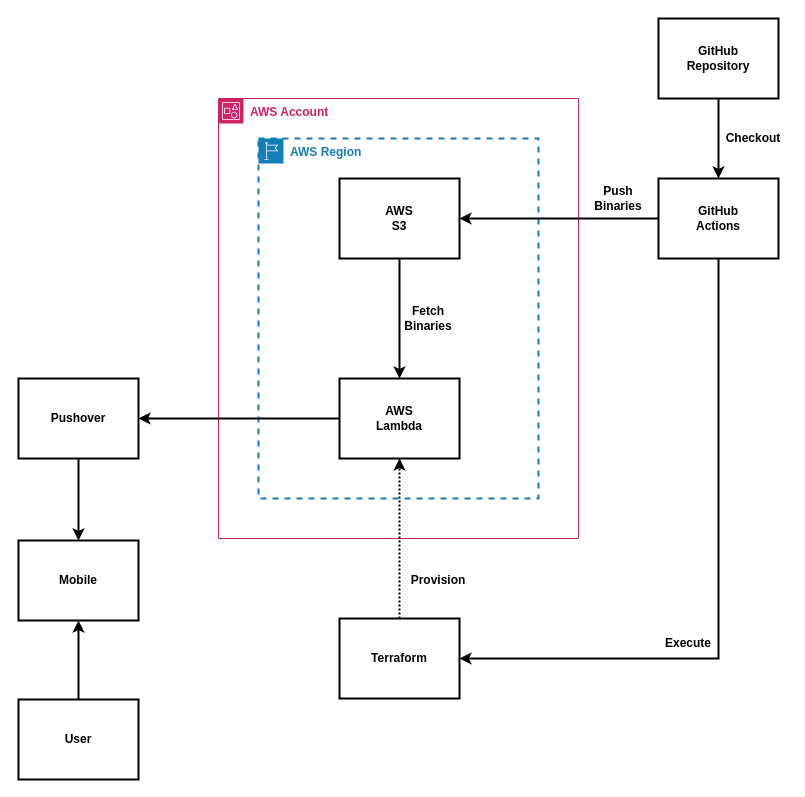
This is images/design.drawio from parameshg/aws-cost-tracker, a draw.io file, before an edit. Source tidied: cells renumbered, new cells numbered last; positions are measured from the earlier drawing's top-left corner, leaving out a move shared by most shapes. Both pictures are drawn from the tidied source at 100%, with x=0, y=0 at pixel (18, 18).
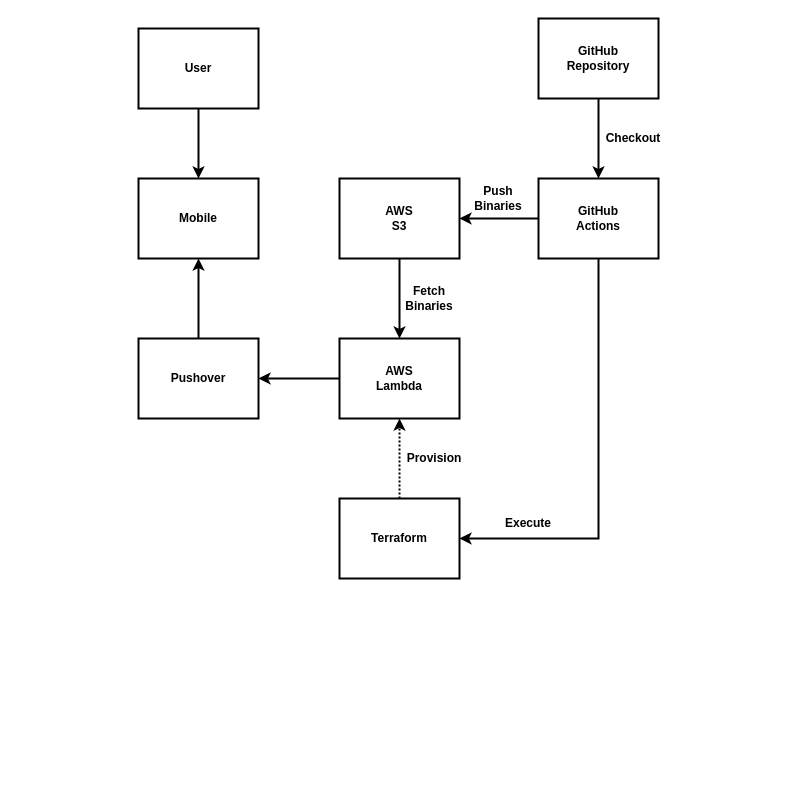
Above is the later version.

Change to the diagram source:
```diff
@@
-    <mxCell id="2" value="&lt;b&gt;AWS Region&lt;/b&gt;" style="gradientColor=none;html=1;whiteSpace=wrap;fontSize=12;fontStyle=0;shape=mxgraph.aws4.group;grIcon=mxgraph.aws4.group_region;strokeColor=#147EBA;fillColor=none;verticalAlign=top;align=left;spacingLeft=30;fontColor=#147EBA;dashed=1;strokeWidth=2;" parent="1" vertex="1">
-      <mxGeometry x="240" y="120" width="280" height="360" as="geometry" />
-    </mxCell>
-    <mxCell id="3" value="&lt;b&gt;AWS Account&lt;/b&gt;" style="gradientColor=none;html=1;whiteSpace=wrap;fontSize=12;fontStyle=0;shape=mxgraph.aws4.group;grIcon=mxgraph.aws4.group_account;strokeColor=#CD2264;fillColor=none;verticalAlign=top;align=left;spacingLeft=30;fontColor=#CD2264;dashed=0;" parent="1" vertex="1">
-      <mxGeometry x="200" y="80" width="360" height="440" as="geometry" />
-    </mxCell>
-    <mxCell id="4" style="edgeStyle=orthogonalEdgeStyle;rounded=0;jettySize=auto;html=1;entryX=0.5;entryY=0;entryDx=0;entryDy=0;strokeWidth=2;fontSize=12;fontColor=#000000;exitX=0.5;exitY=1;exitDx=0;exitDy=0;" parent="3" edge="1" source="5" target="6">
-      <mxGeometry relative="1" as="geometry" />
-    </mxCell>
-    <mxCell id="5" value="AWS&lt;br&gt;S3" style="rounded=0;whiteSpace=wrap;html=1;fontStyle=1;strokeWidth=2;" parent="3" vertex="1">
-      <mxGeometry x="121" y="80" width="120" height="80" as="geometry" />
-    </mxCell>
-    <mxCell id="6" value="AWS&lt;br&gt;Lambda" style="rounded=0;whiteSpace=wrap;html=1;fontStyle=1;strokeWidth=2;" parent="3" vertex="1">
-      <mxGeometry x="121" y="280" width="120" height="80" as="geometry" />
-    </mxCell>
-    <mxCell id="7" value="Fetch&lt;br&gt;Binaries" style="text;html=1;strokeColor=none;fillColor=none;align=center;verticalAlign=middle;whiteSpace=wrap;rounded=0;fontSize=12;fontColor=#000000;fontStyle=1;" parent="3" vertex="1">
-      <mxGeometry x="180" y="200" width="60" height="40" as="geometry" />
-    </mxCell>
     <mxCell id="8" style="edgeStyle=orthogonalEdgeStyle;rounded=0;jettySize=auto;html=1;entryX=1;entryY=0.5;entryDx=0;entryDy=0;strokeWidth=2;fontSize=12;fontColor=#000000;exitX=0.5;exitY=1;exitDx=0;exitDy=0;" parent="1" edge="1" source="18" target="24">
       <mxGeometry relative="1" as="geometry">
         <Array as="points">
-          <mxPoint x="700" y="640" />
+          <mxPoint x="580" y="520" />
         </Array>
       </mxGeometry>
     </mxCell>
@@
     <mxCell id="12" value="Checkout" style="text;html=1;strokeColor=none;fillColor=none;align=center;verticalAlign=middle;whiteSpace=wrap;rounded=0;fontSize=12;fontColor=#000000;fontStyle=1;" parent="1" vertex="1">
-      <mxGeometry x="700" y="100" width="70" height="40" as="geometry" />
+      <mxGeometry x="580" y="80" width="70" height="80" as="geometry" />
     </mxCell>
     <mxCell id="13" value="Execute" style="text;html=1;strokeColor=none;fillColor=none;align=center;verticalAlign=middle;whiteSpace=wrap;rounded=0;fontSize=12;fontColor=#000000;fontStyle=1;" parent="1" vertex="1">
-      <mxGeometry x="640" y="610" width="60" height="30" as="geometry" />
+      <mxGeometry x="440" y="490" width="140" height="30" as="geometry" />
     </mxCell>
     <mxCell id="14" value="Provision" style="text;html=1;strokeColor=none;fillColor=none;align=center;verticalAlign=middle;whiteSpace=wrap;rounded=0;fontSize=12;fontColor=#000000;fontStyle=1;" parent="1" vertex="1">
-      <mxGeometry x="385" y="547" width="70" height="30" as="geometry" />
+      <mxGeometry x="381" y="400" width="70" height="80" as="geometry" />
     </mxCell>
-    <mxCell id="15" style="edgeStyle=orthogonalEdgeStyle;rounded=0;jettySize=auto;html=1;entryX=0.5;entryY=1;entryDx=0;entryDy=0;strokeWidth=2;exitX=0.5;exitY=0;exitDx=0;exitDy=0;" parent="1" edge="1" source="22" target="23">
+    <mxCell id="15" style="edgeStyle=orthogonalEdgeStyle;rounded=0;jettySize=auto;html=1;strokeWidth=2;exitX=0.5;exitY=1;exitDx=0;exitDy=0;" parent="1" edge="1" source="22" target="23">
       <mxGeometry relative="1" as="geometry" />
     </mxCell>
     <mxCell id="16" value="Push&lt;br&gt;Binaries" style="text;html=1;strokeColor=none;fillColor=none;align=center;verticalAlign=middle;whiteSpace=wrap;rounded=0;fontSize=12;fontColor=#000000;fontStyle=1;" parent="1" vertex="1">
-      <mxGeometry x="560" y="160" width="80" height="40" as="geometry" />
+      <mxGeometry x="440" y="160" width="80" height="40" as="geometry" />
     </mxCell>
@@
     <mxCell id="18" value="GitHub&lt;br&gt;Actions" style="rounded=0;whiteSpace=wrap;html=1;fontStyle=1;strokeWidth=2;" parent="1" vertex="1">
-      <mxGeometry x="640" y="160" width="120" height="80" as="geometry" />
+      <mxGeometry x="520" y="160" width="120" height="80" as="geometry" />
     </mxCell>
     <mxCell id="19" value="GitHub&lt;br&gt;Repository" style="rounded=0;whiteSpace=wrap;html=1;fontStyle=1;strokeWidth=2;" parent="1" vertex="1">
-      <mxGeometry x="640" width="120" height="80" as="geometry" />
+      <mxGeometry x="520" width="120" height="80" as="geometry" />
     </mxCell>
-    <mxCell id="20" style="edgeStyle=orthogonalEdgeStyle;rounded=0;jettySize=auto;html=1;entryX=0.5;entryY=0;entryDx=0;entryDy=0;strokeWidth=2;exitX=0.5;exitY=1;exitDx=0;exitDy=0;" parent="1" edge="1" source="21" target="23">
+    <mxCell id="20" style="edgeStyle=orthogonalEdgeStyle;rounded=0;jettySize=auto;html=1;entryX=0.5;entryY=1;entryDx=0;entryDy=0;strokeWidth=2;exitX=0.5;exitY=0;exitDx=0;exitDy=0;" parent="1" edge="1" source="21" target="23">
       <mxGeometry relative="1" as="geometry" />
     </mxCell>
     <mxCell id="21" value="Pushover" style="rounded=0;whiteSpace=wrap;html=1;fontStyle=1;strokeWidth=2;" parent="1" vertex="1">
-      <mxGeometry y="360" width="120" height="80" as="geometry" />
+      <mxGeometry x="120" y="320" width="120" height="80" as="geometry" />
     </mxCell>
     <mxCell id="22" value="User" style="rounded=0;whiteSpace=wrap;html=1;fontStyle=1;strokeWidth=2;" parent="1" vertex="1">
-      <mxGeometry y="681" width="120" height="80" as="geometry" />
+      <mxGeometry x="120" y="10" width="120" height="80" as="geometry" />
     </mxCell>
     <mxCell id="23" value="Mobile" style="rounded=0;whiteSpace=wrap;html=1;fontStyle=1;strokeWidth=2;" parent="1" vertex="1">
-      <mxGeometry y="522" width="120" height="80" as="geometry" />
+      <mxGeometry x="120" y="160" width="120" height="80" as="geometry" />
     </mxCell>
     <mxCell id="24" value="Terraform" style="rounded=0;whiteSpace=wrap;html=1;fontStyle=1;strokeWidth=2;" parent="1" vertex="1">
-      <mxGeometry x="321" y="600" width="120" height="80" as="geometry" />
+      <mxGeometry x="321" y="480" width="120" height="80" as="geometry" />
     </mxCell>
+    <mxCell id="5" value="AWS&lt;br&gt;S3" style="rounded=0;whiteSpace=wrap;html=1;fontStyle=1;strokeWidth=2;" parent="1" vertex="1">
+      <mxGeometry x="321" y="160" width="120" height="80" as="geometry" />
+    </mxCell>
+    <mxCell id="6" value="AWS&lt;br&gt;Lambda" style="rounded=0;whiteSpace=wrap;html=1;fontStyle=1;strokeWidth=2;" parent="1" vertex="1">
+      <mxGeometry x="321" y="320" width="120" height="80" as="geometry" />
+    </mxCell>
+    <mxCell id="4" style="edgeStyle=orthogonalEdgeStyle;rounded=0;jettySize=auto;html=1;entryX=0.5;entryY=0;entryDx=0;entryDy=0;strokeWidth=2;fontSize=12;fontColor=#000000;exitX=0.5;exitY=1;exitDx=0;exitDy=0;" parent="1" edge="1" source="5" target="6">
+      <mxGeometry relative="1" as="geometry" />
+    </mxCell>
+    <mxCell id="7" value="Fetch&lt;br&gt;Binaries" style="text;html=1;strokeColor=none;fillColor=none;align=center;verticalAlign=middle;whiteSpace=wrap;rounded=0;fontSize=12;fontColor=#000000;fontStyle=1;" parent="1" vertex="1">
+      <mxGeometry x="381" y="240" width="60" height="80" as="geometry" />
+    </mxCell>
```
